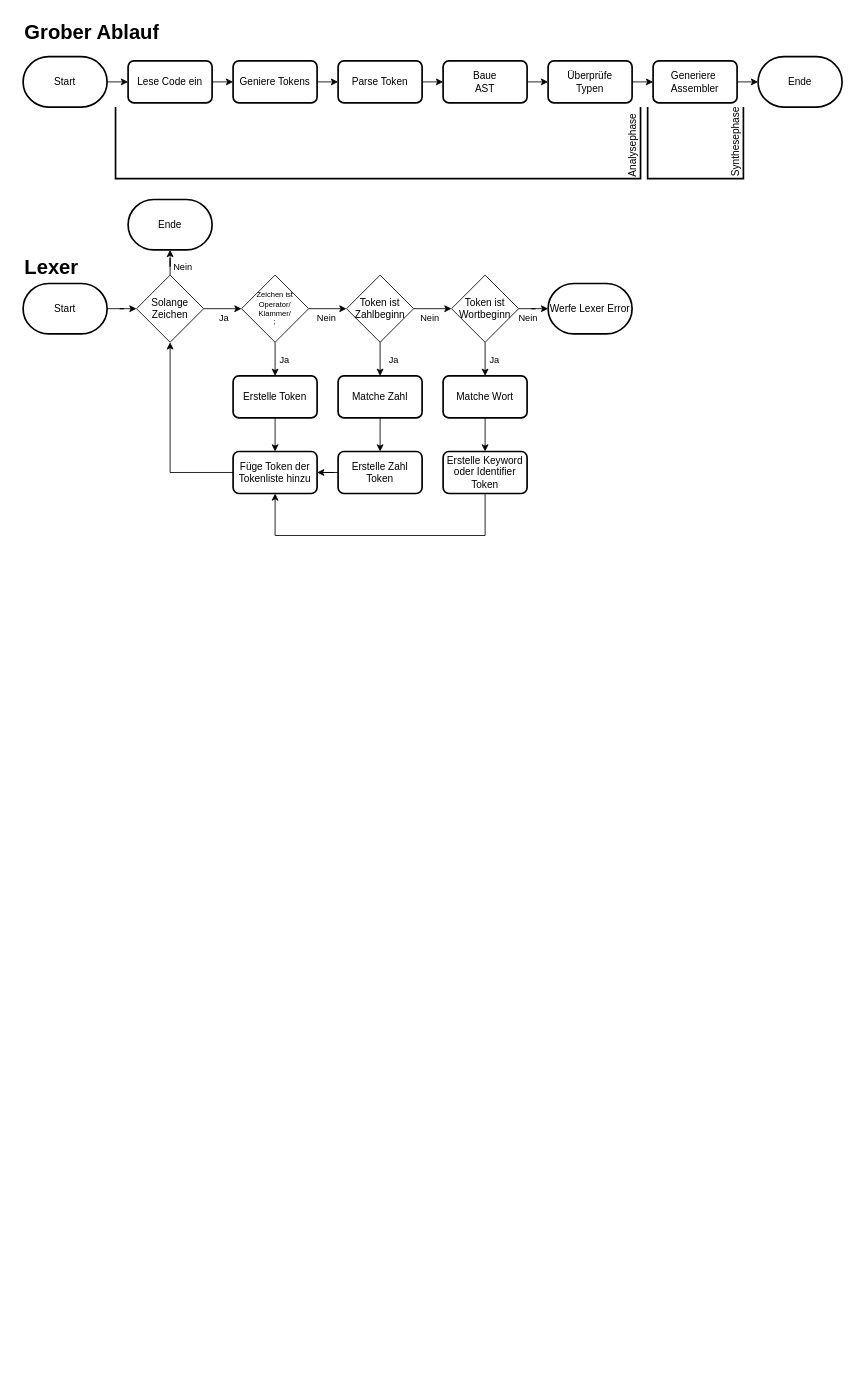
fbuedding/faul-compiler keeps this draw.io diagram as Compilerbau.drawio. Above is the earlier version. Source tidied: cells renumbered, new cells numbered last; positions are measured from the earlier drawing's top-left corner, leaving out a move shared by most shapes. Both pictures are drawn from the tidied source at 84%, with x=0, y=0 at pixel (23, -120).
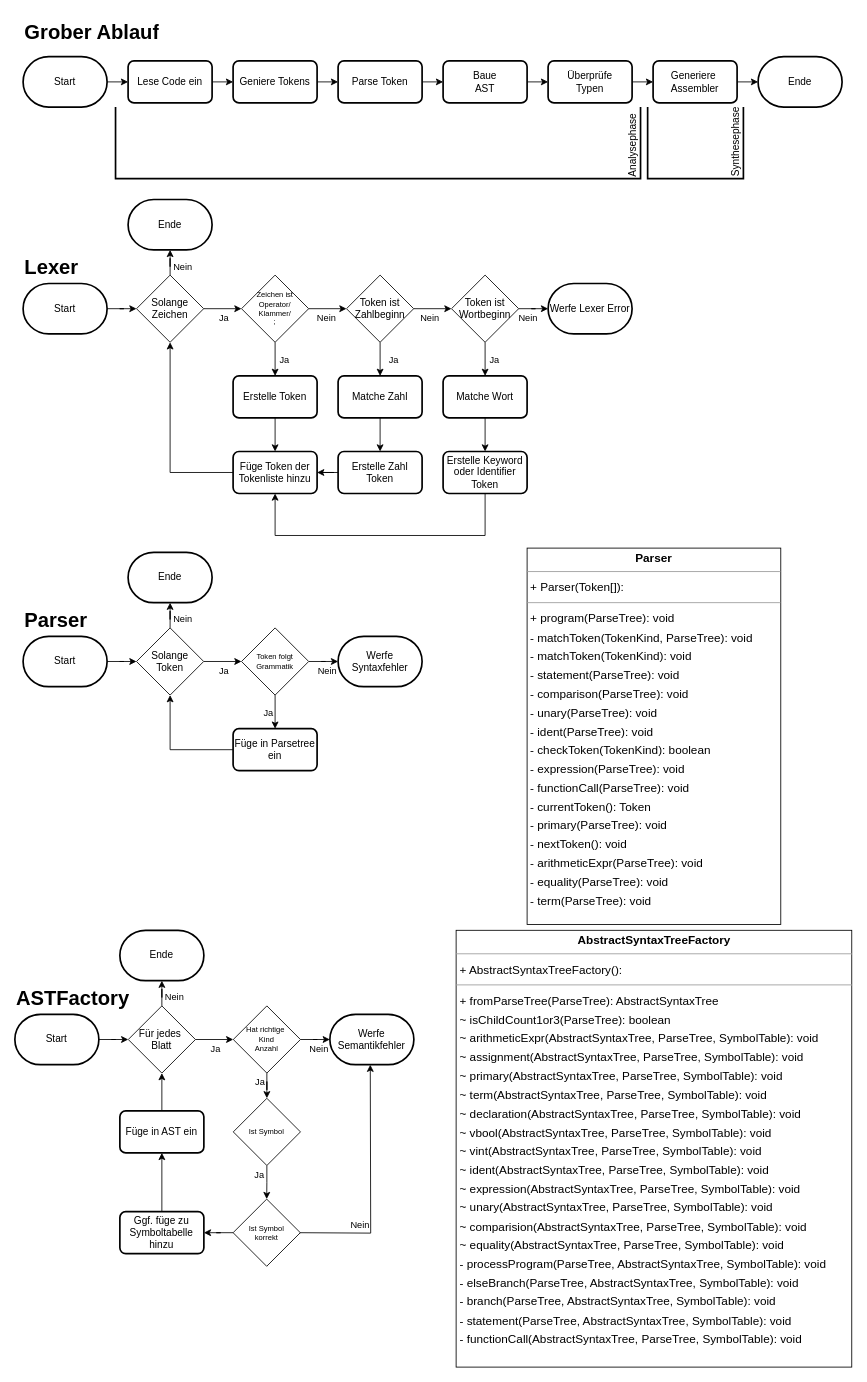
Above is the later version.

Change to the diagram source:
```diff
@@
+    <mxCell id="56" value="&lt;h1 style=&quot;margin-top: 0px;&quot;&gt;Parser&lt;/h1&gt;" style="text;html=1;whiteSpace=wrap;overflow=hidden;rounded=0;" parent="1" vertex="1">
+      <mxGeometry y="860" width="80" height="40" as="geometry" />
+    </mxCell>
+    <mxCell id="57" style="edgeStyle=orthogonalEdgeStyle;rounded=0;jettySize=auto;html=1;" parent="1" edge="1" source="58" target="64">
+      <mxGeometry relative="1" as="geometry" />
+    </mxCell>
+    <mxCell id="58" value="Start" style="strokeWidth=2;html=1;shape=mxgraph.flowchart.terminator;whiteSpace=wrap;" parent="1" vertex="1">
+      <mxGeometry y="900" width="100" height="60" as="geometry" />
+    </mxCell>
+    <mxCell id="59" style="edgeStyle=orthogonalEdgeStyle;rounded=0;jettySize=auto;html=1;" parent="1" edge="1" source="64" target="67">
+      <mxGeometry relative="1" as="geometry" />
+    </mxCell>
+    <mxCell id="60" value="Ja" style="edgeLabel;html=1;align=center;verticalAlign=middle;labelBackgroundColor=none;" parent="59" vertex="1">
+      <mxGeometry y="-2" relative="1" as="geometry">
+        <mxPoint y="8" as="offset" />
+      </mxGeometry>
+    </mxCell>
+    <mxCell id="61" value="Ja" style="edgeLabel;html=1;align=center;verticalAlign=middle;labelBackgroundColor=none;" parent="59" vertex="1">
+      <mxGeometry y="-2" relative="1" as="geometry">
+        <mxPoint x="53" y="58" as="offset" />
+      </mxGeometry>
+    </mxCell>
+    <mxCell id="62" value="Nein" style="edgeLabel;html=1;align=center;verticalAlign=middle;labelBackgroundColor=none;" parent="59" vertex="1">
+      <mxGeometry y="-2" relative="1" as="geometry">
+        <mxPoint x="123" y="8" as="offset" />
+      </mxGeometry>
+    </mxCell>
+    <mxCell id="63" value="Nein" style="edgeStyle=orthogonalEdgeStyle;rounded=0;jettySize=auto;html=1;labelBackgroundColor=none;" parent="1" edge="1" source="64" target="69">
+      <mxGeometry x="0.22" y="-15" relative="1" as="geometry" />
+    </mxCell>
+    <mxCell id="64" value="Solange Token" style="rhombus;whiteSpace=wrap;html=1;" parent="1" vertex="1">
+      <mxGeometry x="135" y="890" width="80" height="80" as="geometry" />
+    </mxCell>
+    <mxCell id="65" style="edgeStyle=orthogonalEdgeStyle;rounded=0;jettySize=auto;html=1;labelBackgroundColor=none;" parent="1" edge="1" source="67" target="68">
+      <mxGeometry relative="1" as="geometry" />
+    </mxCell>
+    <mxCell id="66" style="edgeStyle=orthogonalEdgeStyle;rounded=0;jettySize=auto;html=1;" parent="1" edge="1" source="67" target="71">
+      <mxGeometry relative="1" as="geometry" />
+    </mxCell>
+    <mxCell id="67" value="Token folgt&lt;div&gt;Grammatik&lt;/div&gt;" style="rhombus;whiteSpace=wrap;html=1;fontSize=9;align=center;verticalAlign=middle;" parent="1" vertex="1">
+      <mxGeometry x="260" y="890" width="80" height="80" as="geometry" />
+    </mxCell>
+    <mxCell id="68" value="Werfe Syntaxfehler" style="strokeWidth=2;html=1;shape=mxgraph.flowchart.terminator;whiteSpace=wrap;" parent="1" vertex="1">
+      <mxGeometry x="375" y="900" width="100" height="60" as="geometry" />
+    </mxCell>
+    <mxCell id="69" value="Ende" style="strokeWidth=2;html=1;shape=mxgraph.flowchart.terminator;whiteSpace=wrap;" parent="1" vertex="1">
+      <mxGeometry x="125" y="800" width="100" height="60" as="geometry" />
+    </mxCell>
+    <mxCell id="70" style="edgeStyle=orthogonalEdgeStyle;rounded=0;jettySize=auto;html=1;" parent="1" edge="1" source="71" target="64">
+      <mxGeometry relative="1" as="geometry" />
+    </mxCell>
+    <mxCell id="71" value="Füge in Parsetree ein" style="rounded=1;whiteSpace=wrap;html=1;absoluteArcSize=1;arcSize=14;strokeWidth=2;" parent="1" vertex="1">
+      <mxGeometry x="250" y="1010" width="100" height="50" as="geometry" />
+    </mxCell>
+    <mxCell id="72" value="&lt;p style=&quot;margin:0px;margin-top:4px;text-align:center;&quot;&gt;&lt;b&gt;Parser&lt;/b&gt;&lt;/p&gt;&lt;hr size=&quot;1&quot;&gt;&lt;p style=&quot;margin:0 0 0 4px;line-height:1.6;&quot;&gt;+ Parser(Token[]): &lt;/p&gt;&lt;hr size=&quot;1&quot;&gt;&lt;p style=&quot;margin:0 0 0 4px;line-height:1.6;&quot;&gt;+ program(ParseTree): void&lt;br&gt;- matchToken(TokenKind, ParseTree): void&lt;br&gt;- matchToken(TokenKind): void&lt;/p&gt;&lt;p style=&quot;margin:0 0 0 4px;line-height:1.6;&quot;&gt;- statement(ParseTree): void&lt;br&gt;- comparison(ParseTree): void&lt;br&gt;- unary(ParseTree): void&lt;br&gt;- ident(ParseTree): void&lt;br&gt;- checkToken(TokenKind): boolean&lt;br&gt;- expression(ParseTree): void&lt;br&gt;- functionCall(ParseTree): void&lt;br&gt;- currentToken(): Token&lt;br&gt;- primary(ParseTree): void&lt;br&gt;- nextToken(): void&lt;br&gt;- arithmeticExpr(ParseTree): void&lt;br&gt;- equality(ParseTree): void&lt;br&gt;- term(ParseTree): void&lt;/p&gt;" style="verticalAlign=top;align=left;overflow=fill;fontSize=14;fontFamily=Helvetica;html=1;rounded=0;shadow=0;comic=0;labelBackgroundColor=none;strokeWidth=1;" parent="1" vertex="1">
+      <mxGeometry x="600" y="795" width="302" height="448" as="geometry" />
+    </mxCell>
+    <mxCell id="73" value="&lt;p style=&quot;margin:0px;margin-top:4px;text-align:center;&quot;&gt;&lt;b&gt;AbstractSyntaxTreeFactory&lt;/b&gt;&lt;/p&gt;&lt;hr size=&quot;1&quot;/&gt;&lt;p style=&quot;margin:0 0 0 4px;line-height:1.6;&quot;&gt;+ AbstractSyntaxTreeFactory(): &lt;/p&gt;&lt;hr size=&quot;1&quot;/&gt;&lt;p style=&quot;margin:0 0 0 4px;line-height:1.6;&quot;&gt;+ fromParseTree(ParseTree): AbstractSyntaxTree&lt;br/&gt;~ isChildCount1or3(ParseTree): boolean&lt;br/&gt;~ arithmeticExpr(AbstractSyntaxTree, ParseTree, SymbolTable): void&lt;br/&gt;~ assignment(AbstractSyntaxTree, ParseTree, SymbolTable): void&lt;br/&gt;~ primary(AbstractSyntaxTree, ParseTree, SymbolTable): void&lt;br/&gt;~ term(AbstractSyntaxTree, ParseTree, SymbolTable): void&lt;br/&gt;~ declaration(AbstractSyntaxTree, ParseTree, SymbolTable): void&lt;br/&gt;~ vbool(AbstractSyntaxTree, ParseTree, SymbolTable): void&lt;br/&gt;~ vint(AbstractSyntaxTree, ParseTree, SymbolTable): void&lt;br/&gt;~ ident(AbstractSyntaxTree, ParseTree, SymbolTable): void&lt;br/&gt;~ expression(AbstractSyntaxTree, ParseTree, SymbolTable): void&lt;br/&gt;~ unary(AbstractSyntaxTree, ParseTree, SymbolTable): void&lt;br/&gt;~ comparision(AbstractSyntaxTree, ParseTree, SymbolTable): void&lt;br/&gt;~ equality(AbstractSyntaxTree, ParseTree, SymbolTable): void&lt;br/&gt;- processProgram(ParseTree, AbstractSyntaxTree, SymbolTable): void&lt;br/&gt;- elseBranch(ParseTree, AbstractSyntaxTree, SymbolTable): void&lt;br/&gt;- branch(ParseTree, AbstractSyntaxTree, SymbolTable): void&lt;br/&gt;- statement(ParseTree, AbstractSyntaxTree, SymbolTable): void&lt;br/&gt;- functionCall(AbstractSyntaxTree, ParseTree, SymbolTable): void&lt;/p&gt;" style="verticalAlign=top;align=left;overflow=fill;fontSize=14;fontFamily=Helvetica;html=1;rounded=0;shadow=0;comic=0;labelBackgroundColor=none;strokeWidth=1;" parent="1" vertex="1">
+      <mxGeometry x="515.5" y="1250" width="471" height="520" as="geometry" />
+    </mxCell>
+    <mxCell id="74" value="&lt;h1 style=&quot;margin-top: 0px;&quot;&gt;ASTFactory&lt;/h1&gt;" style="text;html=1;whiteSpace=wrap;overflow=hidden;rounded=0;" parent="1" vertex="1">
+      <mxGeometry x="-9.8" y="1310" width="139.8" height="40" as="geometry" />
+    </mxCell>
+    <mxCell id="75" style="edgeStyle=orthogonalEdgeStyle;rounded=0;jettySize=auto;html=1;" parent="1" edge="1" source="76" target="84">
+      <mxGeometry relative="1" as="geometry" />
+    </mxCell>
+    <mxCell id="76" value="Start" style="strokeWidth=2;html=1;shape=mxgraph.flowchart.terminator;whiteSpace=wrap;" parent="1" vertex="1">
+      <mxGeometry x="-9.8" y="1350" width="100" height="60" as="geometry" />
+    </mxCell>
+    <mxCell id="77" style="edgeStyle=orthogonalEdgeStyle;rounded=0;jettySize=auto;html=1;" parent="1" edge="1" source="84" target="87">
+      <mxGeometry relative="1" as="geometry" />
+    </mxCell>
+    <mxCell id="78" value="Ja" style="edgeLabel;html=1;align=center;verticalAlign=middle;labelBackgroundColor=none;" parent="77" vertex="1">
+      <mxGeometry y="-2" relative="1" as="geometry">
+        <mxPoint y="8" as="offset" />
+      </mxGeometry>
+    </mxCell>
+    <mxCell id="79" value="Ja" style="edgeLabel;html=1;align=center;verticalAlign=middle;labelBackgroundColor=none;" parent="77" vertex="1">
+      <mxGeometry y="-2" relative="1" as="geometry">
+        <mxPoint x="53" y="48" as="offset" />
+      </mxGeometry>
+    </mxCell>
+    <mxCell id="80" value="Nein" style="edgeLabel;html=1;align=center;verticalAlign=middle;labelBackgroundColor=none;" parent="77" vertex="1">
+      <mxGeometry y="-2" relative="1" as="geometry">
+        <mxPoint x="123" y="8" as="offset" />
+      </mxGeometry>
+    </mxCell>
+    <mxCell id="81" value="Ja" style="edgeLabel;html=1;align=center;verticalAlign=middle;labelBackgroundColor=none;" parent="77" vertex="1">
+      <mxGeometry y="-2" relative="1" as="geometry">
+        <mxPoint x="52" y="158" as="offset" />
+      </mxGeometry>
+    </mxCell>
+    <mxCell id="82" value="Nein" style="edgeLabel;html=1;align=center;verticalAlign=middle;labelBackgroundColor=none;" parent="77" vertex="1">
+      <mxGeometry y="-2" relative="1" as="geometry">
+        <mxPoint x="172" y="218" as="offset" />
+      </mxGeometry>
+    </mxCell>
+    <mxCell id="83" value="Nein" style="edgeStyle=orthogonalEdgeStyle;rounded=0;jettySize=auto;html=1;labelBackgroundColor=none;" parent="1" edge="1" source="84" target="89">
+      <mxGeometry x="0.22" y="-15" relative="1" as="geometry" />
+    </mxCell>
+    <mxCell id="84" value="Für jedes&amp;nbsp;&lt;div&gt;Blatt&lt;/div&gt;" style="rhombus;whiteSpace=wrap;html=1;" parent="1" vertex="1">
+      <mxGeometry x="125.2" y="1340" width="80" height="80" as="geometry" />
+    </mxCell>
+    <mxCell id="85" style="edgeStyle=orthogonalEdgeStyle;rounded=0;jettySize=auto;html=1;labelBackgroundColor=none;" parent="1" edge="1" source="87" target="88">
+      <mxGeometry relative="1" as="geometry" />
+    </mxCell>
+    <mxCell id="86" style="edgeStyle=orthogonalEdgeStyle;rounded=0;jettySize=auto;html=1;" parent="1" edge="1" source="87" target="94">
+      <mxGeometry relative="1" as="geometry" />
+    </mxCell>
+    <mxCell id="87" value="Hat richtige&amp;nbsp;&lt;div&gt;Kind&lt;div&gt;Anzahl&lt;/div&gt;&lt;/div&gt;" style="rhombus;whiteSpace=wrap;html=1;fontSize=9;align=center;verticalAlign=middle;" parent="1" vertex="1">
+      <mxGeometry x="250.2" y="1340" width="80" height="80" as="geometry" />
+    </mxCell>
+    <mxCell id="88" value="Werfe Semantikfehler" style="strokeWidth=2;html=1;shape=mxgraph.flowchart.terminator;whiteSpace=wrap;" parent="1" vertex="1">
+      <mxGeometry x="365.2" y="1350" width="100" height="60" as="geometry" />
+    </mxCell>
+    <mxCell id="89" value="Ende" style="strokeWidth=2;html=1;shape=mxgraph.flowchart.terminator;whiteSpace=wrap;" parent="1" vertex="1">
+      <mxGeometry x="115.2" y="1250" width="100" height="60" as="geometry" />
+    </mxCell>
+    <mxCell id="90" style="edgeStyle=orthogonalEdgeStyle;rounded=0;orthogonalLoop=1;jettySize=auto;html=1;labelBackgroundColor=none;" parent="1" edge="1">
+      <mxGeometry relative="1" as="geometry">
+        <mxPoint x="328" y="1610" as="sourcePoint" />
+        <mxPoint x="413.3" y="1410" as="targetPoint" />
+      </mxGeometry>
+    </mxCell>
+    <mxCell id="91" style="edgeStyle=orthogonalEdgeStyle;rounded=0;jettySize=auto;html=1;" parent="1" edge="1" source="92" target="98">
+      <mxGeometry relative="1" as="geometry" />
+    </mxCell>
+    <mxCell id="92" value="Ist Symbol&lt;div&gt;korrekt&lt;/div&gt;" style="rhombus;whiteSpace=wrap;html=1;fontSize=9;align=center;verticalAlign=middle;" parent="1" vertex="1">
+      <mxGeometry x="250" y="1570" width="80" height="80" as="geometry" />
+    </mxCell>
+    <mxCell id="93" style="edgeStyle=orthogonalEdgeStyle;rounded=0;jettySize=auto;html=1;" parent="1" edge="1" source="94" target="92">
+      <mxGeometry relative="1" as="geometry" />
+    </mxCell>
+    <mxCell id="94" value="Ist Symbol" style="rhombus;whiteSpace=wrap;html=1;fontSize=9;align=center;verticalAlign=middle;" parent="1" vertex="1">
+      <mxGeometry x="250.2" y="1450" width="80" height="80" as="geometry" />
+    </mxCell>
+    <mxCell id="95" style="edgeStyle=orthogonalEdgeStyle;rounded=0;jettySize=auto;html=1;" parent="1" edge="1" source="96" target="84">
+      <mxGeometry relative="1" as="geometry" />
+    </mxCell>
+    <mxCell id="96" value="Füge in AST ein" style="rounded=1;whiteSpace=wrap;html=1;absoluteArcSize=1;arcSize=14;strokeWidth=2;" parent="1" vertex="1">
+      <mxGeometry x="115.2" y="1465" width="100" height="50" as="geometry" />
+    </mxCell>
+    <mxCell id="97" style="edgeStyle=orthogonalEdgeStyle;rounded=0;jettySize=auto;html=1;" parent="1" edge="1" source="98" target="96">
+      <mxGeometry relative="1" as="geometry" />
+    </mxCell>
+    <mxCell id="98" value="Ggf. füge zu Symboltabelle hinzu" style="rounded=1;whiteSpace=wrap;html=1;absoluteArcSize=1;arcSize=14;strokeWidth=2;" parent="1" vertex="1">
+      <mxGeometry x="115.2" y="1585" width="100" height="50" as="geometry" />
+    </mxCell>
```
